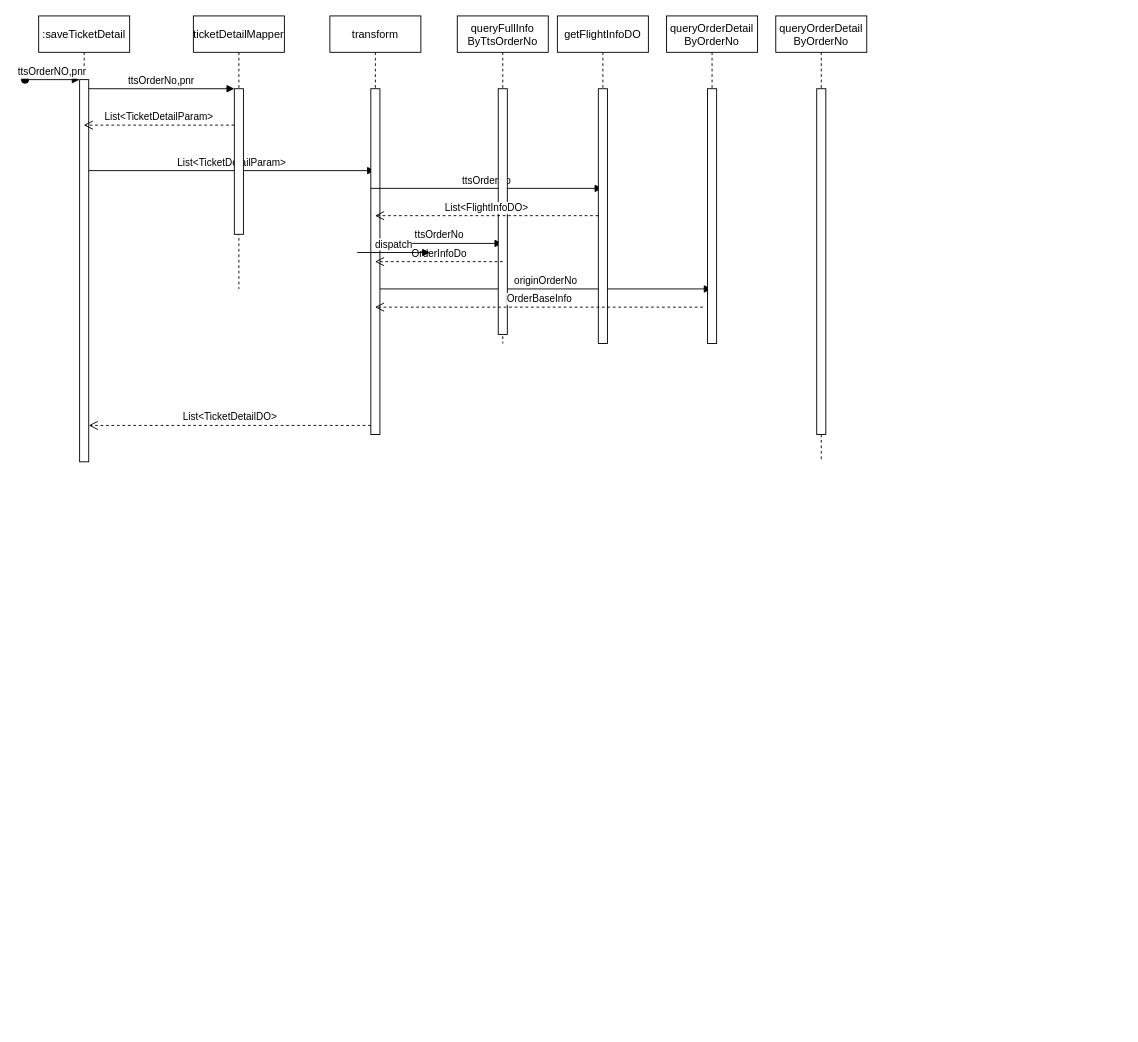
Earlier version of the draw.io diagram 未命名绘图.drawio (qianchiwolong/javase). Source tidied: cells renumbered, new cells numbered last; positions are measured from the earlier drawing's top-left corner, leaving out a move shared by most shapes. Both pictures are drawn from the tidied source at 91%, with x=0, y=0 at pixel (25, 15).
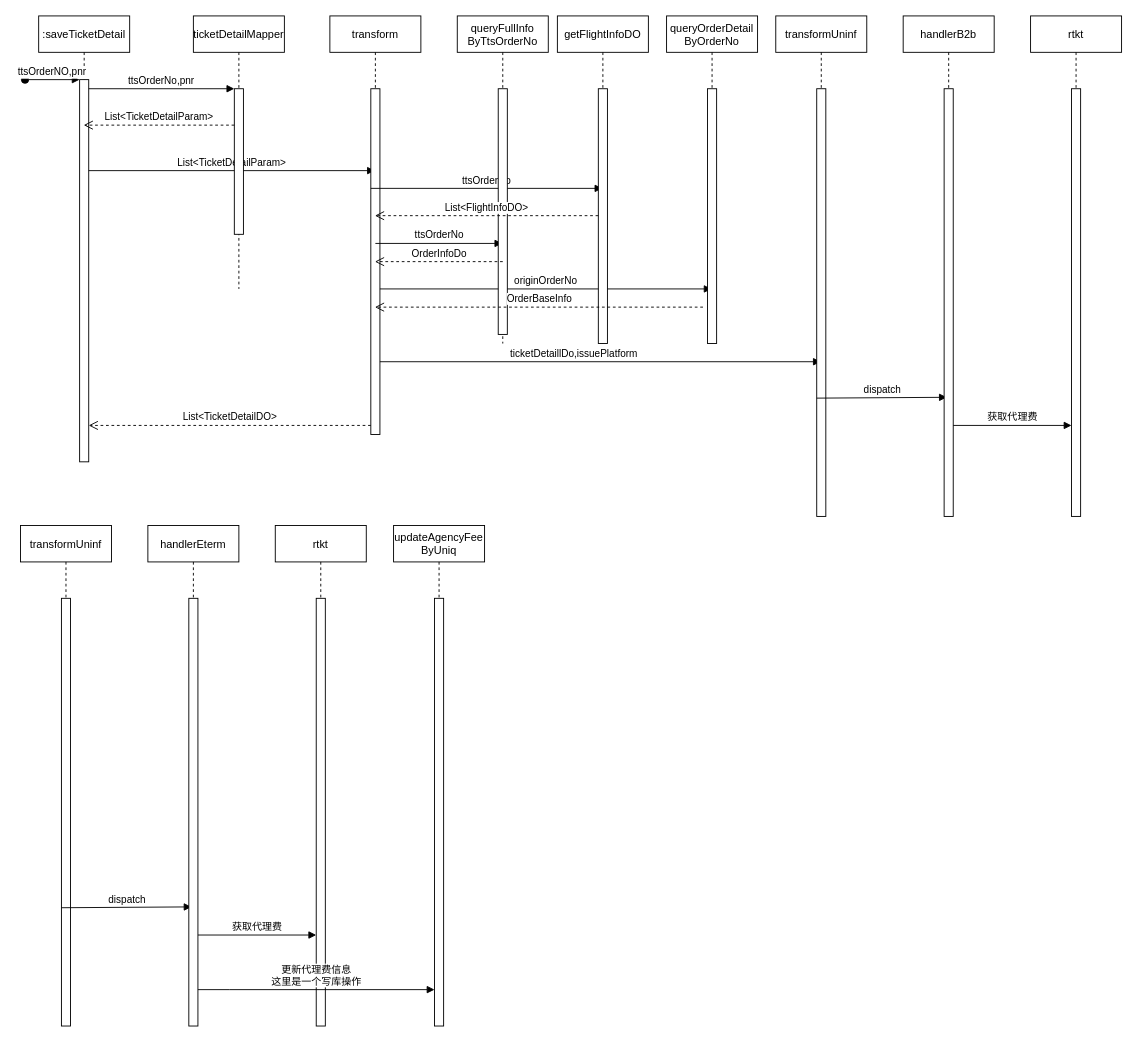
After the change.

Commit message:
出票系统数据库调研.drawio

The change refers to these unchanged cells:
```xml
<mxCell id="10" value="transform" style="shape=umlLifeline;perimeter=lifelinePerimeter;rounded=0;shadow=0;strokeWidth=1;" parent="1" vertex="1">
  <mxGeometry x="335" width="100" height="460" as="geometry" />
</mxCell>
```

Diff of the diagram source:
```diff
@@
+    <mxCell id="27" value="ticketDetaillDo,issuePlatform" style="html=1;verticalAlign=bottom;endArrow=block;rounded=0;fontFamily=Helvetica;" parent="10" edge="1" target="25">
+      <mxGeometry x="-0.12" relative="1" as="geometry">
+        <mxPoint x="55" y="380" as="sourcePoint" />
+      </mxGeometry>
+    </mxCell>
@@
-    <mxCell id="25" value="queryOrderDetail&#10;ByOrderNo" style="shape=umlLifeline;perimeter=lifelinePerimeter;rounded=0;shadow=0;strokeWidth=1;" parent="1" vertex="1">
-      <mxGeometry x="825" width="100" height="490" as="geometry" />
+    <mxCell id="25" value="transformUninf" style="shape=umlLifeline;perimeter=lifelinePerimeter;rounded=0;shadow=0;strokeWidth=1;" parent="1" vertex="1">
+      <mxGeometry x="825" width="100" height="550" as="geometry" />
     </mxCell>
     <mxCell id="26" style="perimeter=orthogonalPerimeter;rounded=0;shadow=0;strokeWidth=1;" parent="25" vertex="1">
-      <mxGeometry x="45" y="80" width="10" height="380" as="geometry" />
+      <mxGeometry x="45" y="80" width="10" height="470" as="geometry" />
     </mxCell>
-    <mxCell id="27" value="dispatch" style="html=1;verticalAlign=bottom;endArrow=block;rounded=0;fontFamily=Helvetica;" parent="1" edge="1">
-      <mxGeometry relative="1" as="geometry">
-        <mxPoint x="365" y="260" as="sourcePoint" />
-        <mxPoint x="445" y="260" as="targetPoint" />
-      </mxGeometry>
-    </mxCell>
+    <mxCell id="28" value="dispatch" style="html=1;verticalAlign=bottom;endArrow=block;rounded=0;entryX=0.48;entryY=0.762;entryDx=0;entryDy=0;entryPerimeter=0;" parent="25" edge="1" target="29">
+      <mxGeometry relative="1" as="geometry">
+        <mxPoint x="45" y="420" as="sourcePoint" />
+      </mxGeometry>
+    </mxCell>
+    <mxCell id="29" value="handlerB2b" style="shape=umlLifeline;perimeter=lifelinePerimeter;rounded=0;shadow=0;strokeWidth=1;" parent="1" vertex="1">
+      <mxGeometry x="965" width="100" height="550" as="geometry" />
+    </mxCell>
+    <mxCell id="30" style="perimeter=orthogonalPerimeter;rounded=0;shadow=0;strokeWidth=1;" parent="29" vertex="1">
+      <mxGeometry x="45" y="80" width="10" height="470" as="geometry" />
+    </mxCell>
+    <mxCell id="31" value="获取代理费" style="html=1;verticalAlign=bottom;endArrow=block;rounded=0;" parent="29" edge="1" target="33">
+      <mxGeometry relative="1" as="geometry">
+        <mxPoint x="55" y="450" as="sourcePoint" />
+      </mxGeometry>
+    </mxCell>
+    <mxCell id="32" value="rtkt" style="shape=umlLifeline;perimeter=lifelinePerimeter;rounded=0;shadow=0;strokeWidth=1;" parent="1" vertex="1">
+      <mxGeometry x="1105" width="100" height="550" as="geometry" />
+    </mxCell>
+    <mxCell id="33" style="points=[];perimeter=orthogonalPerimeter;rounded=0;shadow=0;strokeWidth=1;" parent="32" vertex="1">
+      <mxGeometry x="45" y="80" width="10" height="470" as="geometry" />
+    </mxCell>
+    <mxCell id="34" value="transformUninf" style="shape=umlLifeline;perimeter=lifelinePerimeter;rounded=0;shadow=0;strokeWidth=1;" parent="1" vertex="1">
+      <mxGeometry x="-5" y="560" width="100" height="550" as="geometry" />
+    </mxCell>
+    <mxCell id="35" style="perimeter=orthogonalPerimeter;rounded=0;shadow=0;strokeWidth=1;" parent="34" vertex="1">
+      <mxGeometry x="45" y="80" width="10" height="470" as="geometry" />
+    </mxCell>
+    <mxCell id="36" value="dispatch" style="html=1;verticalAlign=bottom;endArrow=block;rounded=0;entryX=0.48;entryY=0.762;entryDx=0;entryDy=0;entryPerimeter=0;" parent="34" edge="1" target="37">
+      <mxGeometry relative="1" as="geometry">
+        <mxPoint x="45" y="420" as="sourcePoint" />
+      </mxGeometry>
+    </mxCell>
+    <mxCell id="37" value="handlerEterm" style="shape=umlLifeline;perimeter=lifelinePerimeter;rounded=0;shadow=0;strokeWidth=1;" parent="1" vertex="1">
+      <mxGeometry x="135" y="560" width="100" height="550" as="geometry" />
+    </mxCell>
+    <mxCell id="38" style="points=[];perimeter=orthogonalPerimeter;rounded=0;shadow=0;strokeWidth=1;" parent="37" vertex="1">
+      <mxGeometry x="45" y="80" width="10" height="470" as="geometry" />
+    </mxCell>
+    <mxCell id="39" value="获取代理费" style="html=1;verticalAlign=bottom;endArrow=block;rounded=0;" parent="37" edge="1" target="41">
+      <mxGeometry relative="1" as="geometry">
+        <mxPoint x="55" y="450" as="sourcePoint" />
+      </mxGeometry>
+    </mxCell>
+    <mxCell id="40" value="rtkt" style="shape=umlLifeline;perimeter=lifelinePerimeter;rounded=0;shadow=0;strokeWidth=1;" parent="1" vertex="1">
+      <mxGeometry x="275" y="560" width="100" height="550" as="geometry" />
+    </mxCell>
+    <mxCell id="41" style="points=[];perimeter=orthogonalPerimeter;rounded=0;shadow=0;strokeWidth=1;" parent="40" vertex="1">
+      <mxGeometry x="45" y="80" width="10" height="470" as="geometry" />
+    </mxCell>
+    <mxCell id="42" value="updateAgencyFee&#10;ByUniq" style="shape=umlLifeline;perimeter=lifelinePerimeter;rounded=0;shadow=0;strokeWidth=1;" parent="1" vertex="1">
+      <mxGeometry x="405" y="560" width="100" height="550" as="geometry" />
+    </mxCell>
+    <mxCell id="43" style="points=[];perimeter=orthogonalPerimeter;rounded=0;shadow=0;strokeWidth=1;" parent="42" vertex="1">
+      <mxGeometry x="45" y="80" width="10" height="470" as="geometry" />
+    </mxCell>
+    <mxCell id="44" value="更新代理费信息&lt;br&gt;这里是一个写库操作" style="html=1;verticalAlign=bottom;endArrow=block;rounded=0;" parent="1" edge="1" source="38" target="43">
+      <mxGeometry relative="1" as="geometry">
+        <Array as="points">
+          <mxPoint x="225" y="1070" />
+        </Array>
+      </mxGeometry>
+    </mxCell>
```
